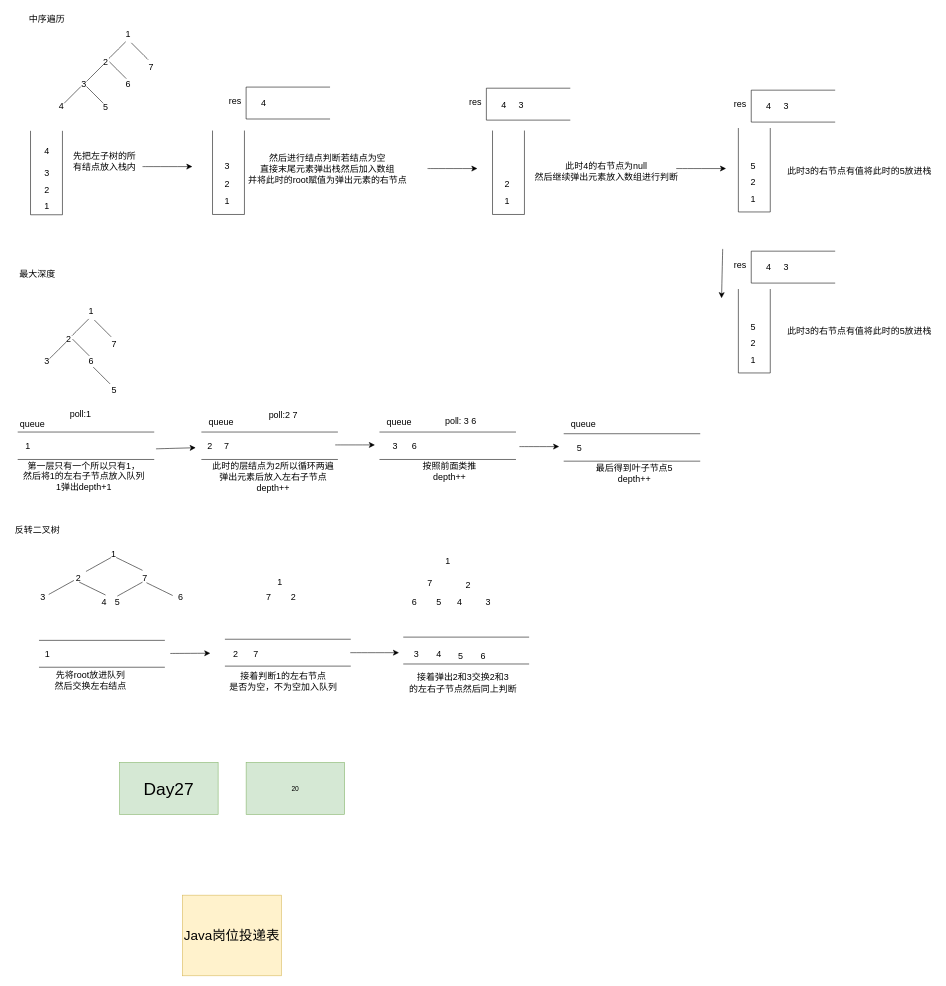
Above: leetcode/leetcode.drawio in mianbaosao/drawio (draw.io), before the change. Source tidied: cells renumbered, new cells numbered last; positions are measured from the earlier drawing's top-left corner, leaving out a move shared by most shapes. Both pictures are drawn from the tidied source at 56%, with x=0, y=0 at pixel (9, 10).
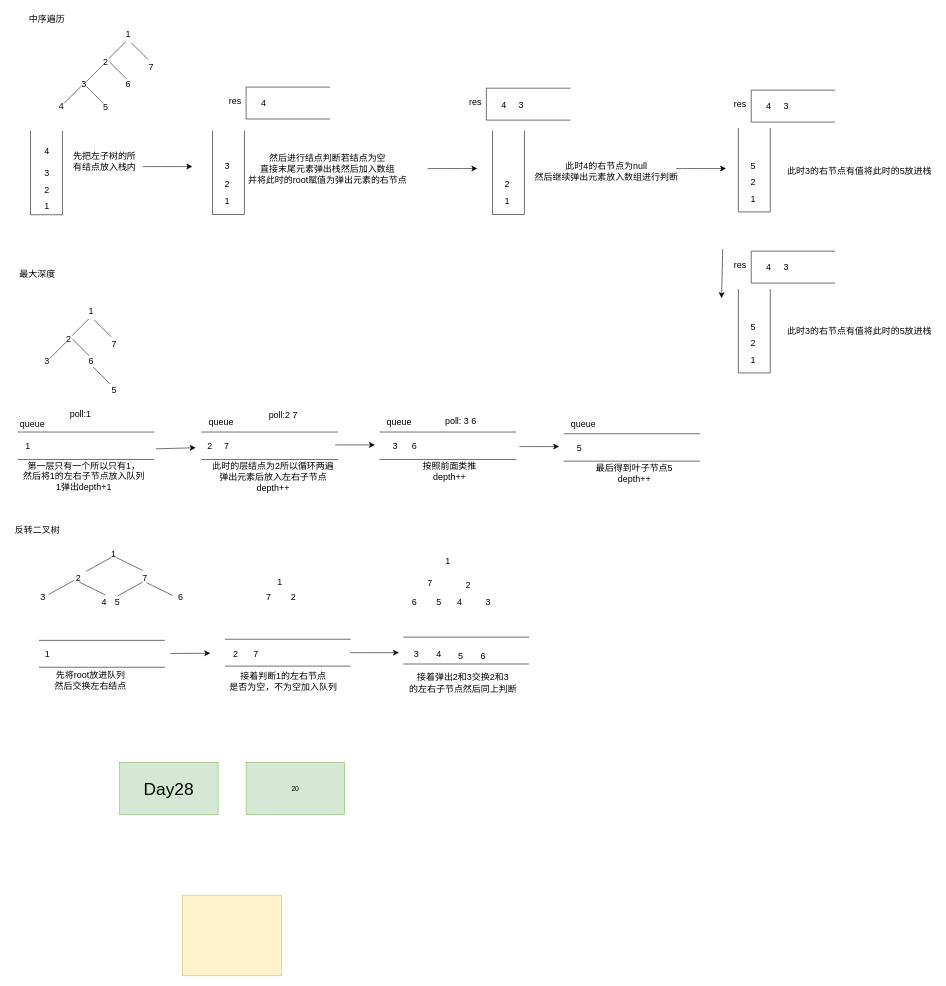
Above is the later version.

Change to the diagram source:
```diff
@@
-    <mxCell id="135" value="&lt;font style=&quot;font-size: 31px;&quot;&gt;Day27&lt;/font&gt;" style="rounded=0;whiteSpace=wrap;html=1;fillColor=#d5e8d4;strokeColor=#82b366;" parent="1" vertex="1">
+    <mxCell id="135" value="&lt;font style=&quot;font-size: 31px;&quot;&gt;Day28&lt;/font&gt;" style="rounded=0;whiteSpace=wrap;html=1;fillColor=#d5e8d4;strokeColor=#82b366;" parent="1" vertex="1">
       <mxGeometry x="197" y="1344" width="176" height="93" as="geometry" />
     </mxCell>
@@
-    <mxCell id="137" value="Java岗位投递表" style="rounded=0;whiteSpace=wrap;html=1;fontSize=24;fillColor=#fff2cc;strokeColor=#d6b656;" parent="1" vertex="1">
+    <mxCell id="137" style="rounded=0;whiteSpace=wrap;html=1;fontSize=24;fillColor=#fff2cc;strokeColor=#d6b656;" parent="1" vertex="1">
       <mxGeometry x="309" y="1581" width="177" height="144" as="geometry" />
     </mxCell>
```
